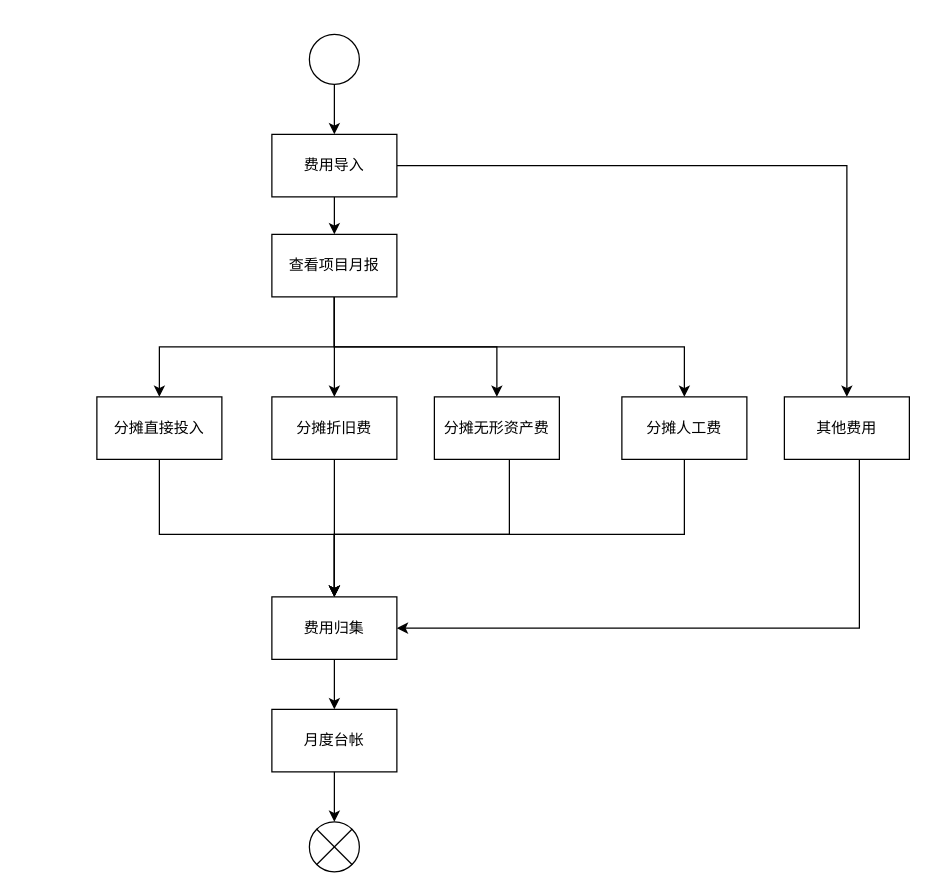
Before: page "费用分摊归集流程" (2 of 3) of shrine-doc/研发项目管理流程.drawio in easefulfil/CLOUDCARE, a draw.io diagram. Source tidied: cells renumbered, new cells numbered last; positions are measured from the earlier drawing's top-left corner, leaving out a move shared by most shapes. Both pictures are drawn from the tidied source at 125%, with x=0, y=0 at pixel (96, 34).
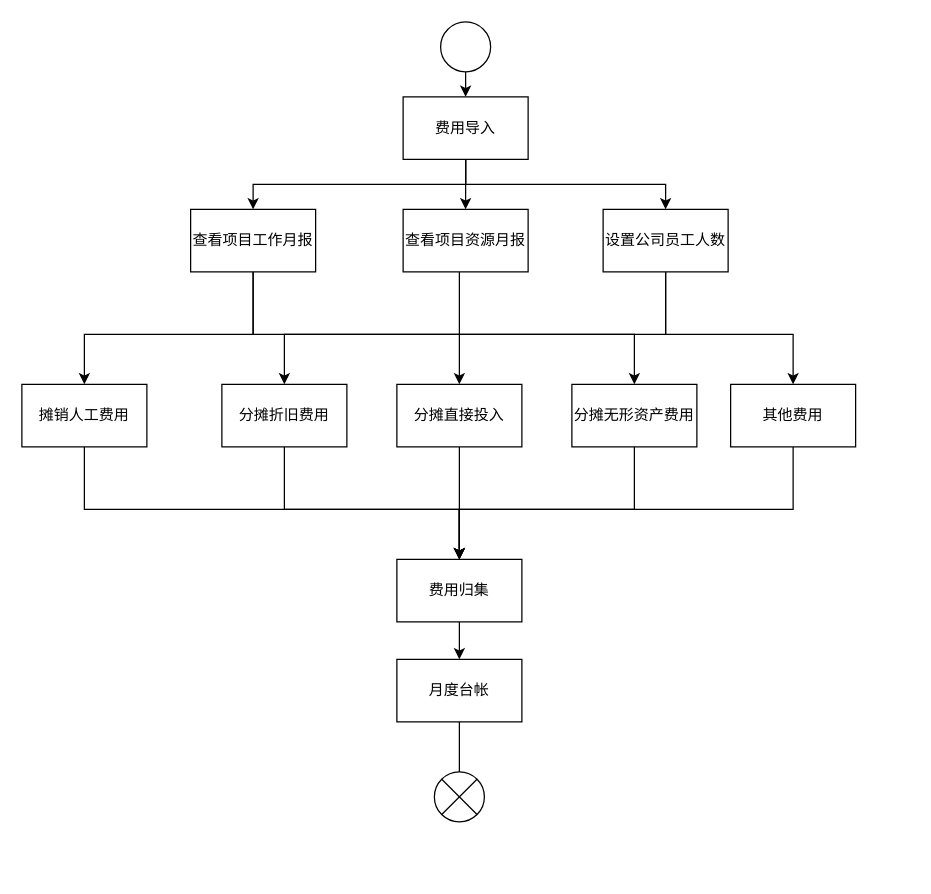
The same diagram, later.

Change to the diagram source:
```diff
@@
-    <mxCell id="2" style="edgeStyle=orthogonalEdgeStyle;rounded=0;jettySize=auto;html=1;entryX=0.5;entryY=0;entryDx=0;entryDy=0;" parent="1" edge="1" source="3" target="21">
-      <mxGeometry relative="1" as="geometry" />
+    <mxCell id="2" style="edgeStyle=orthogonalEdgeStyle;rounded=0;jettySize=auto;html=1;entryX=0.5;entryY=0;entryDx=0;entryDy=0;" parent="1" edge="1" target="21">
+      <mxGeometry relative="1" as="geometry">
+        <mxPoint x="295" y="30" as="sourcePoint" />
+      </mxGeometry>
     </mxCell>
     <mxCell id="3" style="ellipse;whiteSpace=wrap;html=1;" parent="1" vertex="1">
-      <mxGeometry x="170" width="40" height="40" as="geometry" />
+      <mxGeometry x="275" y="-10" width="40" height="40" as="geometry" />
     </mxCell>
@@
     <mxCell id="5" value="费用归集" style="rounded=0;whiteSpace=wrap;html=1;" parent="1" vertex="1">
-      <mxGeometry x="140" y="450" width="100" height="50" as="geometry" />
+      <mxGeometry x="240" y="420" width="100" height="50" as="geometry" />
     </mxCell>
-    <mxCell id="6" style="edgeStyle=orthogonalEdgeStyle;rounded=0;jettySize=auto;html=1;entryX=0.5;entryY=0;entryDx=0;entryDy=0;" parent="1" edge="1" source="10" target="12">
-      <mxGeometry relative="1" as="geometry">
-        <Array as="points">
-          <mxPoint x="190" y="250" />
-          <mxPoint x="50" y="250" />
-        </Array>
-      </mxGeometry>
-    </mxCell>
-    <mxCell id="7" style="edgeStyle=orthogonalEdgeStyle;rounded=0;jettySize=auto;html=1;entryX=0.5;entryY=0;entryDx=0;entryDy=0;" parent="1" edge="1" source="10" target="14">
-      <mxGeometry relative="1" as="geometry" />
-    </mxCell>
+    <mxCell id="9" style="edgeStyle=orthogonalEdgeStyle;rounded=0;jettySize=auto;html=1;entryX=0.5;entryY=0;entryDx=0;entryDy=0;" parent="1" edge="1" source="10" target="18">
+      <mxGeometry relative="1" as="geometry">
+        <Array as="points">
+          <mxPoint x="125" y="240" />
+          <mxPoint x="-10" y="240" />
+        </Array>
+      </mxGeometry>
+    </mxCell>
     <mxCell id="8" style="edgeStyle=orthogonalEdgeStyle;rounded=0;jettySize=auto;html=1;" parent="1" edge="1" source="10" target="16">
       <mxGeometry relative="1" as="geometry">
         <Array as="points">
-          <mxPoint x="190" y="250" />
-          <mxPoint x="320" y="250" />
+          <mxPoint x="125" y="240" />
+          <mxPoint x="430" y="240" />
         </Array>
       </mxGeometry>
     </mxCell>
-    <mxCell id="9" style="edgeStyle=orthogonalEdgeStyle;rounded=0;jettySize=auto;html=1;" parent="1" edge="1" source="10" target="18">
-      <mxGeometry relative="1" as="geometry">
-        <Array as="points">
-          <mxPoint x="190" y="250" />
-          <mxPoint x="470" y="250" />
-        </Array>
-      </mxGeometry>
-    </mxCell>
-    <mxCell id="10" value="查看项目月报" style="rounded=0;whiteSpace=wrap;html=1;" parent="1" vertex="1">
-      <mxGeometry x="140" y="160" width="100" height="50" as="geometry" />
+    <mxCell id="10" value="查看项目工作月报" style="rounded=0;whiteSpace=wrap;html=1;" parent="1" vertex="1">
+      <mxGeometry x="75" y="140" width="100" height="50" as="geometry" />
     </mxCell>
-    <mxCell id="11" style="edgeStyle=orthogonalEdgeStyle;rounded=0;jettySize=auto;html=1;" parent="1" edge="1" source="12" target="5">
+    <mxCell id="11" style="edgeStyle=orthogonalEdgeStyle;rounded=0;jettySize=auto;html=1;entryX=0.5;entryY=0;entryDx=0;entryDy=0;" parent="1" edge="1" source="12" target="5">
       <mxGeometry relative="1" as="geometry">
         <Array as="points">
-          <mxPoint x="50" y="400" />
-          <mxPoint x="190" y="400" />
+          <mxPoint x="290" y="390" />
+          <mxPoint x="290" y="390" />
         </Array>
       </mxGeometry>
     </mxCell>
     <mxCell id="12" value="分摊直接投入" style="rounded=0;whiteSpace=wrap;html=1;" parent="1" vertex="1">
-      <mxGeometry y="290" width="100" height="50" as="geometry" />
+      <mxGeometry x="240" y="280" width="100" height="50" as="geometry" />
     </mxCell>
     <mxCell id="13" style="edgeStyle=orthogonalEdgeStyle;rounded=0;jettySize=auto;html=1;entryX=0.5;entryY=0;entryDx=0;entryDy=0;" parent="1" edge="1" source="14" target="5">
-      <mxGeometry relative="1" as="geometry" />
+      <mxGeometry relative="1" as="geometry">
+        <Array as="points">
+          <mxPoint x="150" y="380" />
+          <mxPoint x="290" y="380" />
+        </Array>
+      </mxGeometry>
     </mxCell>
-    <mxCell id="14" value="分摊折旧费" style="rounded=0;whiteSpace=wrap;html=1;" parent="1" vertex="1">
-      <mxGeometry x="140" y="290" width="100" height="50" as="geometry" />
+    <mxCell id="14" value="分摊折旧费用" style="rounded=0;whiteSpace=wrap;html=1;" parent="1" vertex="1">
+      <mxGeometry x="100" y="280" width="100" height="50" as="geometry" />
     </mxCell>
     <mxCell id="15" style="edgeStyle=orthogonalEdgeStyle;rounded=0;jettySize=auto;html=1;entryX=0.5;entryY=0;entryDx=0;entryDy=0;" parent="1" edge="1" source="16" target="5">
       <mxGeometry relative="1" as="geometry">
         <Array as="points">
-          <mxPoint x="330" y="400" />
-          <mxPoint x="190" y="400" />
+          <mxPoint x="430" y="380" />
+          <mxPoint x="290" y="380" />
         </Array>
       </mxGeometry>
     </mxCell>
-    <mxCell id="16" value="分摊无形资产费" style="rounded=0;whiteSpace=wrap;html=1;" parent="1" vertex="1">
-      <mxGeometry x="270" y="290" width="100" height="50" as="geometry" />
+    <mxCell id="16" value="分摊无形资产费用" style="rounded=0;whiteSpace=wrap;html=1;" parent="1" vertex="1">
+      <mxGeometry x="380" y="280" width="100" height="50" as="geometry" />
     </mxCell>
-    <mxCell id="17" style="edgeStyle=orthogonalEdgeStyle;rounded=0;jettySize=auto;html=1;entryX=0.5;entryY=0;entryDx=0;entryDy=0;" parent="1" edge="1" source="18" target="5">
+    <mxCell id="17" style="edgeStyle=orthogonalEdgeStyle;rounded=0;jettySize=auto;html=1;" parent="1" edge="1" source="18" target="5">
       <mxGeometry relative="1" as="geometry">
         <Array as="points">
-          <mxPoint x="470" y="400" />
-          <mxPoint x="190" y="400" />
+          <mxPoint x="-10" y="380" />
+          <mxPoint x="290" y="380" />
         </Array>
       </mxGeometry>
     </mxCell>
-    <mxCell id="18" value="分摊人工费" style="rounded=0;whiteSpace=wrap;html=1;" parent="1" vertex="1">
-      <mxGeometry x="420" y="290" width="100" height="50" as="geometry" />
+    <mxCell id="18" value="摊销人工费用" style="rounded=0;whiteSpace=wrap;html=1;" parent="1" vertex="1">
+      <mxGeometry x="-60" y="280" width="100" height="50" as="geometry" />
     </mxCell>
     <mxCell id="19" style="edgeStyle=orthogonalEdgeStyle;rounded=0;jettySize=auto;html=1;" parent="1" edge="1" source="21" target="10">
-      <mxGeometry relative="1" as="geometry" />
+      <mxGeometry relative="1" as="geometry">
+        <Array as="points">
+          <mxPoint x="295" y="120" />
+          <mxPoint x="125" y="120" />
+        </Array>
+      </mxGeometry>
     </mxCell>
-    <mxCell id="20" style="edgeStyle=orthogonalEdgeStyle;rounded=0;jettySize=auto;html=1;entryX=0.5;entryY=0;entryDx=0;entryDy=0;" parent="1" edge="1" source="21" target="23">
-      <mxGeometry relative="1" as="geometry" />
-    </mxCell>
+    <mxCell id="27" style="edgeStyle=orthogonalEdgeStyle;rounded=0;jettySize=auto;html=1;" parent="1" edge="1" source="21" target="30">
+      <mxGeometry relative="1" as="geometry" />
+    </mxCell>
+    <mxCell id="28" style="edgeStyle=orthogonalEdgeStyle;rounded=0;jettySize=auto;html=1;entryX=0.5;entryY=0;entryDx=0;entryDy=0;" parent="1" edge="1" source="21" target="33">
+      <mxGeometry relative="1" as="geometry">
+        <Array as="points">
+          <mxPoint x="295" y="120" />
+          <mxPoint x="455" y="120" />
+        </Array>
+      </mxGeometry>
+    </mxCell>
     <mxCell id="21" value="费用导入" style="rounded=0;whiteSpace=wrap;html=1;" parent="1" vertex="1">
-      <mxGeometry x="140" y="80" width="100" height="50" as="geometry" />
+      <mxGeometry x="245" y="50" width="100" height="50" as="geometry" />
     </mxCell>
-    <mxCell id="22" style="edgeStyle=orthogonalEdgeStyle;rounded=0;jettySize=auto;html=1;entryX=1;entryY=0.5;entryDx=0;entryDy=0;" parent="1" edge="1" source="23" target="5">
+    <mxCell id="22" style="edgeStyle=orthogonalEdgeStyle;rounded=0;jettySize=auto;html=1;" parent="1" edge="1" source="23" target="5">
       <mxGeometry relative="1" as="geometry">
         <Array as="points">
-          <mxPoint x="610" y="475" />
+          <mxPoint x="557" y="380" />
+          <mxPoint x="290" y="380" />
         </Array>
       </mxGeometry>
     </mxCell>
     <mxCell id="23" value="其他费用" style="rounded=0;whiteSpace=wrap;html=1;" parent="1" vertex="1">
-      <mxGeometry x="550" y="290" width="100" height="50" as="geometry" />
+      <mxGeometry x="507" y="280" width="100" height="50" as="geometry" />
     </mxCell>
     <mxCell id="24" style="edgeStyle=orthogonalEdgeStyle;rounded=0;orthogonalLoop=1;jettySize=auto;html=1;entryX=0.5;entryY=0;entryDx=0;entryDy=0;" parent="1" edge="1">
       <mxGeometry relative="1" as="geometry">
-        <mxPoint x="190" y="580" as="sourcePoint" />
-        <mxPoint x="190" y="630" as="targetPoint" />
+        <mxPoint x="290" y="550" as="sourcePoint" />
+        <mxPoint x="290" y="600" as="targetPoint" />
       </mxGeometry>
     </mxCell>
     <mxCell id="25" value="月度台帐" style="rounded=0;whiteSpace=wrap;html=1;" parent="1" vertex="1">
-      <mxGeometry x="140" y="540" width="100" height="50" as="geometry" />
+      <mxGeometry x="240" y="500" width="100" height="50" as="geometry" />
     </mxCell>
     <mxCell id="26" style="verticalLabelPosition=bottom;verticalAlign=top;html=1;shape=mxgraph.flowchart.or;" parent="1" vertex="1">
-      <mxGeometry x="170" y="630" width="40" height="40" as="geometry" />
+      <mxGeometry x="270" y="590" width="40" height="40" as="geometry" />
     </mxCell>
+    <mxCell id="29" style="edgeStyle=orthogonalEdgeStyle;rounded=0;jettySize=auto;html=1;entryX=0.5;entryY=0;entryDx=0;entryDy=0;" parent="1" edge="1" source="30" target="14">
+      <mxGeometry relative="1" as="geometry">
+        <Array as="points">
+          <mxPoint x="290" y="240" />
+          <mxPoint x="150" y="240" />
+        </Array>
+      </mxGeometry>
+    </mxCell>
+    <mxCell id="30" value="查看项目资源月报" style="rounded=0;whiteSpace=wrap;html=1;" parent="1" vertex="1">
+      <mxGeometry x="245" y="140" width="100" height="50" as="geometry" />
+    </mxCell>
+    <mxCell id="31" style="edgeStyle=orthogonalEdgeStyle;rounded=0;jettySize=auto;html=1;entryX=0.5;entryY=0;entryDx=0;entryDy=0;" parent="1" edge="1" source="33" target="12">
+      <mxGeometry relative="1" as="geometry">
+        <Array as="points">
+          <mxPoint x="455" y="240" />
+          <mxPoint x="290" y="240" />
+        </Array>
+      </mxGeometry>
+    </mxCell>
+    <mxCell id="32" style="edgeStyle=orthogonalEdgeStyle;rounded=0;jettySize=auto;html=1;entryX=0.5;entryY=0;entryDx=0;entryDy=0;" parent="1" edge="1" source="33" target="23">
+      <mxGeometry relative="1" as="geometry">
+        <Array as="points">
+          <mxPoint x="455" y="240" />
+          <mxPoint x="557" y="240" />
+        </Array>
+      </mxGeometry>
+    </mxCell>
+    <mxCell id="33" value="设置公司员工人数" style="rounded=0;whiteSpace=wrap;html=1;" parent="1" vertex="1">
+      <mxGeometry x="405" y="140" width="100" height="50" as="geometry" />
+    </mxCell>
```
